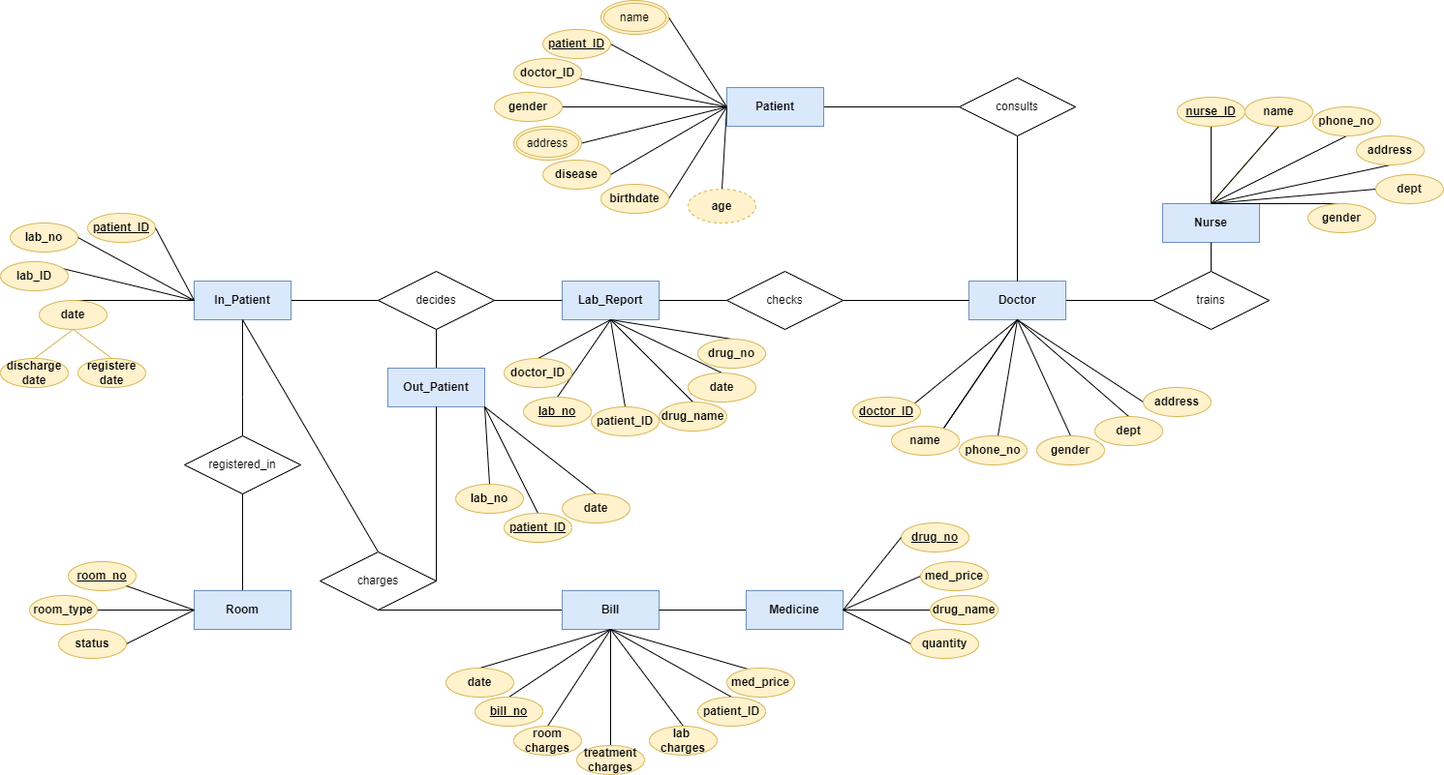
Above: hospital ERD using draw.io.drawio.png in hala034/database-project (draw.io), before the change. Source tidied: cells renumbered, new cells last; positions are measured from the earlier drawing's top-left corner, leaving out a move shared by most shapes.
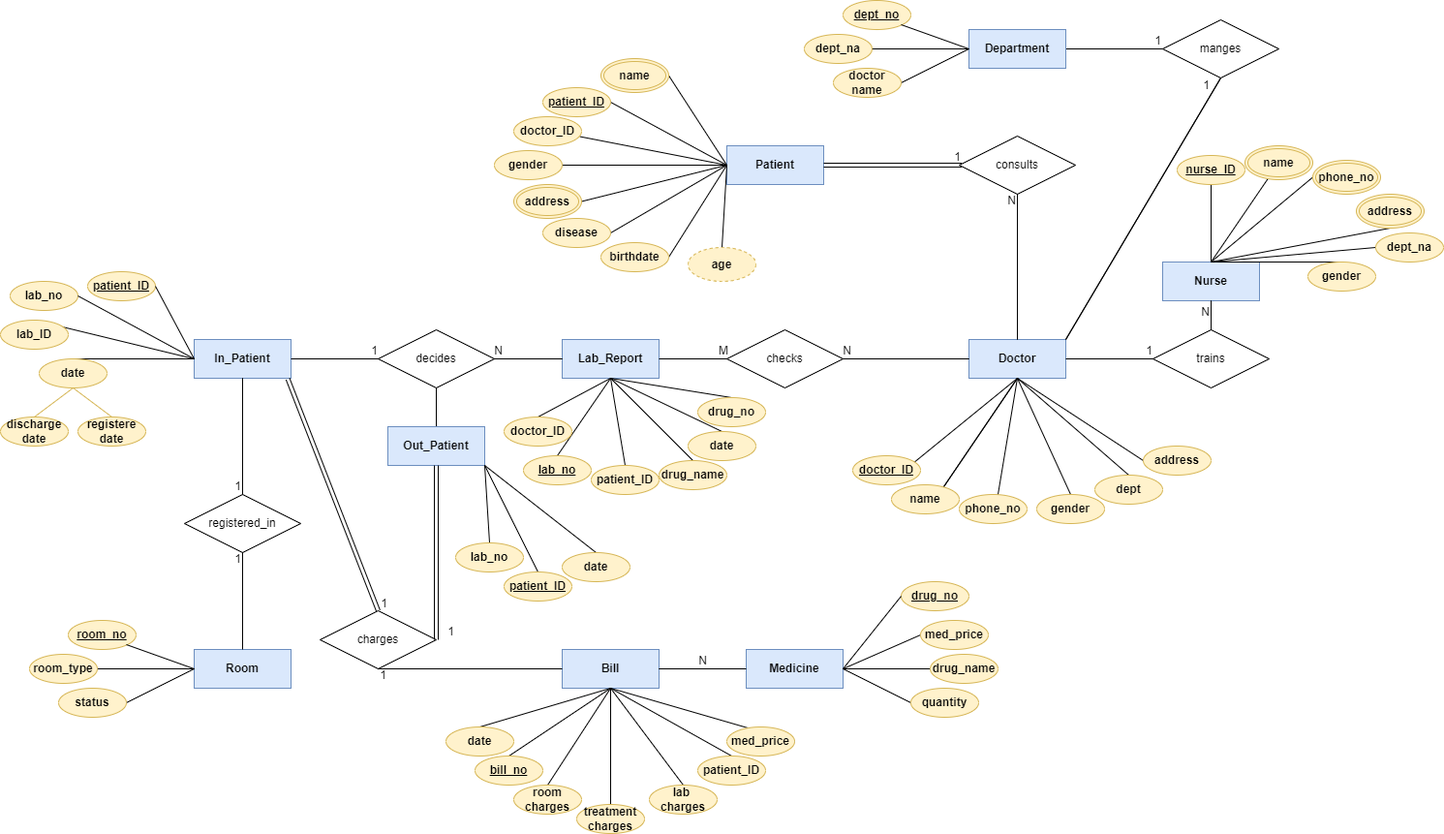
Later version of the same file.

Change to the diagram source:
```diff
@@ -23,9 +23,6 @@
     <mxCell id="8" value="consults" style="shape=rhombus;perimeter=rhombusPerimeter;whiteSpace=wrap;html=1;align=center;" parent="1" vertex="1">
       <mxGeometry x="990" y="80" width="120" height="60" as="geometry" />
     </mxCell>
-    <mxCell id="9" style="endArrow=none;html=1;rounded=0;entryX=0;entryY=0.5;entryDx=0;entryDy=0;exitX=1;exitY=0.5;exitDx=0;exitDy=0;" parent="1" edge="1" source="10" target="8">
-      <mxGeometry relative="1" as="geometry" />
-    </mxCell>
     <mxCell id="10" value="&lt;b&gt;Patient&lt;/b&gt;" style="whiteSpace=wrap;html=1;align=center;fillColor=#dae8fc;strokeColor=#6c8ebf;" parent="1" vertex="1">
       <mxGeometry x="750" y="90" width="100" height="40" as="geometry" />
     </mxCell>
@@ -69,9 +66,6 @@
     <mxCell id="22" value="&lt;b&gt;Room&lt;/b&gt;" style="whiteSpace=wrap;html=1;align=center;fillColor=#dae8fc;strokeColor=#6c8ebf;" parent="1" vertex="1">
       <mxGeometry x="200" y="610" width="100" height="40" as="geometry" />
     </mxCell>
-    <mxCell id="23" style="endArrow=none;html=1;rounded=0;exitX=0.5;exitY=1;exitDx=0;exitDy=0;entryX=0.5;entryY=0;entryDx=0;entryDy=0;" parent="1" edge="1" source="18" target="24">
-      <mxGeometry relative="1" as="geometry" />
-    </mxCell>
     <mxCell id="24" value="charges" style="shape=rhombus;perimeter=rhombusPerimeter;whiteSpace=wrap;html=1;align=center;" parent="1" vertex="1">
       <mxGeometry x="330" y="570" width="120" height="60" as="geometry" />
     </mxCell>
@@ -81,9 +75,6 @@
     <mxCell id="26" value="&lt;b&gt;Out_Patient&lt;/b&gt;" style="whiteSpace=wrap;html=1;align=center;fillColor=#dae8fc;strokeColor=#6c8ebf;" parent="1" vertex="1">
       <mxGeometry x="400" y="380" width="100" height="40" as="geometry" />
     </mxCell>
-    <mxCell id="27" style="endArrow=none;html=1;rounded=0;exitX=0.5;exitY=1;exitDx=0;exitDy=0;entryX=1;entryY=0.5;entryDx=0;entryDy=0;" parent="1" edge="1" source="26" target="24">
-      <mxGeometry relative="1" as="geometry" />
-    </mxCell>
     <mxCell id="28" style="endArrow=none;html=1;rounded=0;exitX=0.5;exitY=1;exitDx=0;exitDy=0;entryX=0;entryY=0.5;entryDx=0;entryDy=0;" parent="1" edge="1" source="24" target="29">
       <mxGeometry relative="1" as="geometry" />
     </mxCell>
@@ -102,25 +93,16 @@
     <mxCell id="33" style="endArrow=none;html=1;rounded=0;exitX=0.5;exitY=0;exitDx=0;exitDy=0;entryX=0;entryY=0.5;entryDx=0;entryDy=0;fillColor=#fff2cc;strokeColor=#000000;" parent="1" edge="1" source="2" target="40">
       <mxGeometry relative="1" as="geometry" />
     </mxCell>
-    <mxCell id="34" style="endArrow=none;html=1;rounded=0;exitX=0.5;exitY=0;exitDx=0;exitDy=0;entryX=0.5;entryY=1;entryDx=0;entryDy=0;fillColor=#fff2cc;strokeColor=#d6b656;" parent="1" edge="1" source="2" target="44">
-      <mxGeometry relative="1" as="geometry" />
-    </mxCell>
     <mxCell id="35" style="endArrow=none;html=1;rounded=0;exitX=0.5;exitY=0;exitDx=0;exitDy=0;entryX=0.5;entryY=0;entryDx=0;entryDy=0;fillColor=#fff2cc;strokeColor=#000000;" parent="1" edge="1" source="2" target="41">
       <mxGeometry relative="1" as="geometry" />
     </mxCell>
     <mxCell id="36" style="endArrow=none;html=1;rounded=0;exitX=0.5;exitY=0;exitDx=0;exitDy=0;entryX=0.5;entryY=1;entryDx=0;entryDy=0;fillColor=#fff2cc;strokeColor=#000000;" parent="1" edge="1" source="2" target="38">
       <mxGeometry relative="1" as="geometry" />
     </mxCell>
-    <mxCell id="37" style="endArrow=none;html=1;rounded=0;exitX=0.5;exitY=0;exitDx=0;exitDy=0;entryX=0.5;entryY=1;entryDx=0;entryDy=0;fillColor=#fff2cc;strokeColor=#000000;" parent="1" edge="1" source="2" target="39">
+    <mxCell id="37" style="endArrow=none;html=1;rounded=0;exitX=0.5;exitY=0;exitDx=0;exitDy=0;fillColor=#fff2cc;strokeColor=#000000;entryX=0;entryY=0.5;entryDx=0;entryDy=0;" parent="1" edge="1" source="2" target="39">
       <mxGeometry relative="1" as="geometry" />
     </mxCell>
-    <mxCell id="38" value="&lt;b&gt;address&lt;/b&gt;" style="ellipse;whiteSpace=wrap;html=1;align=center;fillColor=#fff2cc;strokeColor=#d6b656;" parent="1" vertex="1">
-      <mxGeometry x="1400" y="140" width="70" height="30" as="geometry" />
-    </mxCell>
-    <mxCell id="39" value="&lt;b&gt;phone_no&lt;/b&gt;" style="ellipse;whiteSpace=wrap;html=1;align=center;fillColor=#fff2cc;strokeColor=#d6b656;" parent="1" vertex="1">
-      <mxGeometry x="1355" y="110" width="70" height="30" as="geometry" />
-    </mxCell>
-    <mxCell id="40" value="&lt;b&gt;dept&lt;/b&gt;" style="ellipse;whiteSpace=wrap;html=1;align=center;fillColor=#fff2cc;strokeColor=#d6b656;" parent="1" vertex="1">
+    <mxCell id="40" value="&lt;b&gt;dept_na&lt;/b&gt;" style="ellipse;whiteSpace=wrap;html=1;align=center;fillColor=#fff2cc;strokeColor=#d6b656;" parent="1" vertex="1">
       <mxGeometry x="1420" y="180" width="70" height="30" as="geometry" />
     </mxCell>
     <mxCell id="41" value="&lt;b&gt;gender&lt;/b&gt;" style="ellipse;whiteSpace=wrap;html=1;align=center;fillColor=#fff2cc;strokeColor=#d6b656;" parent="1" vertex="1">
@@ -132,9 +114,6 @@
     <mxCell id="43" style="endArrow=none;html=1;rounded=0;exitX=0.5;exitY=0;exitDx=0;exitDy=0;entryX=0.5;entryY=1;entryDx=0;entryDy=0;fillColor=#fff2cc;strokeColor=#000000;" parent="1" edge="1" source="2" target="44">
       <mxGeometry relative="1" as="geometry" />
     </mxCell>
-    <mxCell id="44" value="&lt;b&gt;name&lt;/b&gt;" style="ellipse;whiteSpace=wrap;html=1;align=center;fillColor=#fff2cc;strokeColor=#d6b656;" parent="1" vertex="1">
-      <mxGeometry x="1285" y="100" width="70" height="30" as="geometry" />
-    </mxCell>
     <mxCell id="45" style="endArrow=none;html=1;rounded=0;entryX=0.5;entryY=1;entryDx=0;entryDy=0;" parent="1" edge="1" target="54">
       <mxGeometry relative="1" as="geometry">
         <mxPoint x="1050" y="330" as="sourcePoint" />
@@ -430,7 +409,7 @@
     <mxCell id="127" value="&lt;b&gt;quantity&lt;/b&gt;" style="ellipse;whiteSpace=wrap;html=1;align=center;fillColor=#fff2cc;strokeColor=#d6b656;" parent="1" vertex="1">
       <mxGeometry x="940" y="650" width="70" height="30" as="geometry" />
     </mxCell>
-    <mxCell id="128" value="address" style="ellipse;shape=doubleEllipse;margin=3;whiteSpace=wrap;html=1;align=center;fillColor=#fff2cc;strokeColor=#d6b656;" parent="1" vertex="1">
+    <mxCell id="128" value="&lt;b&gt;address&lt;/b&gt;" style="ellipse;shape=doubleEllipse;margin=3;whiteSpace=wrap;html=1;align=center;fillColor=#fff2cc;strokeColor=#d6b656;" parent="1" vertex="1">
       <mxGeometry x="530" y="130" width="70" height="35" as="geometry" />
     </mxCell>
     <mxCell id="129" style="endArrow=none;html=1;rounded=0;exitX=0;exitY=0.5;exitDx=0;exitDy=0;entryX=0.5;entryY=0;entryDx=0;entryDy=0;" parent="1" edge="1" source="10" target="130">
@@ -439,8 +418,171 @@
     <mxCell id="130" value="&lt;b&gt;age&lt;/b&gt;" style="ellipse;whiteSpace=wrap;html=1;align=center;dashed=1;fillColor=#fff2cc;strokeColor=#d6b656;" parent="1" vertex="1">
       <mxGeometry x="710" y="195" width="70" height="35" as="geometry" />
     </mxCell>
-    <mxCell id="131" value="name" style="ellipse;shape=doubleEllipse;margin=3;whiteSpace=wrap;html=1;align=center;fillColor=#fff2cc;strokeColor=#d6b656;" parent="1" vertex="1">
+    <mxCell id="131" value="&lt;b&gt;name&lt;/b&gt;" style="ellipse;shape=doubleEllipse;margin=3;whiteSpace=wrap;html=1;align=center;fillColor=#fff2cc;strokeColor=#d6b656;" parent="1" vertex="1">
       <mxGeometry x="620" width="70" height="35" as="geometry" />
     </mxCell>
+    <mxCell id="9" style="shape=link;html=1;rounded=0;exitX=1;exitY=0.5;exitDx=0;exitDy=0;entryX=0.021;entryY=0.499;entryDx=0;entryDy=0;entryPerimeter=0;" parent="1" edge="1" source="10" target="8">
+      <mxGeometry relative="1" as="geometry" />
+    </mxCell>
+    <mxCell id="132" value="1" style="html=1;whiteSpace=wrap;align=right;verticalAlign=bottom;" parent="9" vertex="1">
+      <mxGeometry x="1" relative="1" as="geometry" />
+    </mxCell>
+    <mxCell id="133" style="endArrow=none;html=1;rounded=0;exitX=0.5;exitY=0;exitDx=0;exitDy=0;entryX=0.5;entryY=1;entryDx=0;entryDy=0;" parent="1" edge="1" source="6" target="8">
+      <mxGeometry relative="1" as="geometry" />
+    </mxCell>
+    <mxCell id="134" value="N" style="html=1;whiteSpace=wrap;align=right;verticalAlign=bottom;" parent="133" vertex="1">
+      <mxGeometry x="1" relative="1" as="geometry">
+        <mxPoint y="15" as="offset" />
+      </mxGeometry>
+    </mxCell>
+    <mxCell id="135" style="endArrow=none;html=1;rounded=0;exitX=1;exitY=0.5;exitDx=0;exitDy=0;entryX=0;entryY=0.5;entryDx=0;entryDy=0;" parent="1" edge="1" source="6" target="4">
+      <mxGeometry relative="1" as="geometry" />
+    </mxCell>
+    <mxCell id="136" value="1" style="html=1;whiteSpace=wrap;align=right;verticalAlign=bottom;" parent="135" vertex="1">
+      <mxGeometry x="1" relative="1" as="geometry" />
+    </mxCell>
+    <mxCell id="137" style="endArrow=none;html=1;rounded=0;exitX=0.5;exitY=0;exitDx=0;exitDy=0;entryX=0.5;entryY=1;entryDx=0;entryDy=0;" parent="1" edge="1" source="4" target="2">
+      <mxGeometry relative="1" as="geometry" />
+    </mxCell>
+    <mxCell id="138" value="N" style="html=1;whiteSpace=wrap;align=right;verticalAlign=bottom;" parent="137" vertex="1">
+      <mxGeometry x="1" relative="1" as="geometry">
+        <mxPoint y="20" as="offset" />
+      </mxGeometry>
+    </mxCell>
+    <mxCell id="139" style="endArrow=none;html=1;rounded=0;entryX=1;entryY=0.5;entryDx=0;entryDy=0;exitX=0;exitY=0.5;exitDx=0;exitDy=0;" parent="1" edge="1" source="6" target="12">
+      <mxGeometry relative="1" as="geometry" />
+    </mxCell>
+    <mxCell id="140" value="N" style="html=1;whiteSpace=wrap;align=right;verticalAlign=bottom;" parent="139" vertex="1">
+      <mxGeometry x="1" relative="1" as="geometry">
+        <mxPoint x="10" as="offset" />
+      </mxGeometry>
+    </mxCell>
+    <mxCell id="141" style="endArrow=none;html=1;rounded=0;exitX=0;exitY=0.5;exitDx=0;exitDy=0;entryX=1;entryY=0.5;entryDx=0;entryDy=0;" parent="1" edge="1" source="12" target="14">
+      <mxGeometry relative="1" as="geometry" />
+    </mxCell>
+    <mxCell id="142" value="M" style="html=1;whiteSpace=wrap;align=left;verticalAlign=bottom;" parent="141" vertex="1">
+      <mxGeometry x="-1" relative="1" as="geometry">
+        <mxPoint x="-10" as="offset" />
+      </mxGeometry>
+    </mxCell>
+    <mxCell id="143" style="endArrow=none;html=1;rounded=0;exitX=0;exitY=0.5;exitDx=0;exitDy=0;entryX=1;entryY=0.5;entryDx=0;entryDy=0;" parent="1" edge="1" source="14" target="16">
+      <mxGeometry relative="1" as="geometry" />
+    </mxCell>
+    <mxCell id="144" value="N" style="html=1;whiteSpace=wrap;align=right;verticalAlign=bottom;" parent="143" vertex="1">
+      <mxGeometry x="1" relative="1" as="geometry">
+        <mxPoint x="10" as="offset" />
+      </mxGeometry>
+    </mxCell>
+    <mxCell id="145" style="endArrow=none;html=1;rounded=0;entryX=0;entryY=0.5;entryDx=0;entryDy=0;exitX=1;exitY=0.5;exitDx=0;exitDy=0;" parent="1" edge="1" source="18" target="16">
+      <mxGeometry relative="1" as="geometry" />
+    </mxCell>
+    <mxCell id="146" value="1" style="html=1;whiteSpace=wrap;align=right;verticalAlign=bottom;" parent="145" vertex="1">
+      <mxGeometry x="1" relative="1" as="geometry" />
+    </mxCell>
+    <mxCell id="23" style="shape=link;html=1;rounded=0;entryX=0.5;entryY=0;entryDx=0;entryDy=0;exitX=0.967;exitY=1.019;exitDx=0;exitDy=0;exitPerimeter=0;" parent="1" edge="1" source="18" target="24">
+      <mxGeometry relative="1" as="geometry" />
+    </mxCell>
+    <mxCell id="147" value="1" style="html=1;whiteSpace=wrap;align=right;verticalAlign=bottom;" parent="23" vertex="1">
+      <mxGeometry x="1" relative="1" as="geometry">
+        <mxPoint x="10" as="offset" />
+      </mxGeometry>
+    </mxCell>
+    <mxCell id="27" style="shape=link;html=1;rounded=0;exitX=0.5;exitY=1;exitDx=0;exitDy=0;entryX=1;entryY=0.5;entryDx=0;entryDy=0;" parent="1" edge="1" source="26" target="24">
+      <mxGeometry relative="1" as="geometry" />
+    </mxCell>
+    <mxCell id="148" value="1" style="html=1;whiteSpace=wrap;align=right;verticalAlign=bottom;" parent="27" vertex="1">
+      <mxGeometry x="1" relative="1" as="geometry">
+        <mxPoint x="20" as="offset" />
+      </mxGeometry>
+    </mxCell>
+    <mxCell id="149" style="endArrow=none;html=1;rounded=0;exitX=0;exitY=0.5;exitDx=0;exitDy=0;entryX=0.5;entryY=1;entryDx=0;entryDy=0;" parent="1" edge="1" source="29" target="24">
+      <mxGeometry relative="1" as="geometry" />
+    </mxCell>
+    <mxCell id="150" value="1" style="html=1;whiteSpace=wrap;align=right;verticalAlign=bottom;" parent="149" vertex="1">
+      <mxGeometry x="1" relative="1" as="geometry">
+        <mxPoint x="10" y="15" as="offset" />
+      </mxGeometry>
+    </mxCell>
+    <mxCell id="151" style="endArrow=none;html=1;rounded=0;entryX=0.5;entryY=1;entryDx=0;entryDy=0;exitX=0.5;exitY=0;exitDx=0;exitDy=0;" parent="1" edge="1" source="22" target="20">
+      <mxGeometry relative="1" as="geometry" />
+    </mxCell>
+    <mxCell id="152" value="1" style="html=1;whiteSpace=wrap;align=right;verticalAlign=bottom;" parent="151" vertex="1">
+      <mxGeometry x="1" relative="1" as="geometry">
+        <mxPoint y="15" as="offset" />
+      </mxGeometry>
+    </mxCell>
+    <mxCell id="153" style="endArrow=none;html=1;rounded=0;exitX=0.5;exitY=1;exitDx=0;exitDy=0;entryX=0.5;entryY=0;entryDx=0;entryDy=0;" parent="1" edge="1" source="18" target="20">
+      <mxGeometry relative="1" as="geometry" />
+    </mxCell>
+    <mxCell id="154" value="1" style="html=1;whiteSpace=wrap;align=right;verticalAlign=bottom;" parent="153" vertex="1">
+      <mxGeometry x="1" relative="1" as="geometry" />
+    </mxCell>
+    <mxCell id="155" style="endArrow=none;html=1;rounded=0;exitX=1;exitY=0.5;exitDx=0;exitDy=0;entryX=0;entryY=0.5;entryDx=0;entryDy=0;" parent="1" edge="1" source="29" target="31">
+      <mxGeometry relative="1" as="geometry" />
+    </mxCell>
+    <mxCell id="156" value="N" style="html=1;whiteSpace=wrap;align=right;verticalAlign=bottom;" parent="155" vertex="1">
+      <mxGeometry x="1" relative="1" as="geometry">
+        <mxPoint x="-40" as="offset" />
+      </mxGeometry>
+    </mxCell>
+    <mxCell id="44" value="&lt;b&gt;name&lt;/b&gt;" style="ellipse;shape=doubleEllipse;margin=3;whiteSpace=wrap;html=1;align=center;fillColor=#fff2cc;strokeColor=#d6b656;" parent="1" vertex="1">
+      <mxGeometry x="1285" y="90" width="70" height="35" as="geometry" />
+    </mxCell>
+    <mxCell id="39" value="&lt;b&gt;phone_no&lt;/b&gt;" style="ellipse;shape=doubleEllipse;margin=3;whiteSpace=wrap;html=1;align=center;fillColor=#fff2cc;strokeColor=#d6b656;" parent="1" vertex="1">
+      <mxGeometry x="1355" y="105" width="70" height="35" as="geometry" />
+    </mxCell>
+    <mxCell id="38" value="&lt;b&gt;address&lt;/b&gt;" style="ellipse;shape=doubleEllipse;margin=3;whiteSpace=wrap;html=1;align=center;fillColor=#fff2cc;strokeColor=#d6b656;" parent="1" vertex="1">
+      <mxGeometry x="1400" y="140" width="70" height="35" as="geometry" />
+    </mxCell>
+    <mxCell id="157" style="endArrow=none;html=1;rounded=0;exitX=1;exitY=0;exitDx=0;exitDy=0;entryX=0.5;entryY=1;entryDx=0;entryDy=0;" parent="1" edge="1" source="6" target="159">
+      <mxGeometry relative="1" as="geometry" />
+    </mxCell>
+    <mxCell id="158" value="1" style="html=1;whiteSpace=wrap;align=right;verticalAlign=bottom;" parent="157" vertex="1">
+      <mxGeometry x="1" relative="1" as="geometry" />
+    </mxCell>
+    <mxCell id="159" value="manges" style="shape=rhombus;perimeter=rhombusPerimeter;whiteSpace=wrap;html=1;align=center;" parent="1" vertex="1">
+      <mxGeometry x="1200" y="-40" width="120" height="60" as="geometry" />
+    </mxCell>
+    <mxCell id="160" style="endArrow=none;html=1;rounded=0;exitX=1;exitY=0;exitDx=0;exitDy=0;entryX=0.5;entryY=1;entryDx=0;entryDy=0;" parent="1" edge="1" source="6" target="159">
+      <mxGeometry relative="1" as="geometry" />
+    </mxCell>
+    <mxCell id="161" value="1" style="html=1;whiteSpace=wrap;align=right;verticalAlign=bottom;" parent="160" vertex="1">
+      <mxGeometry x="1" relative="1" as="geometry">
+        <mxPoint x="-10" y="15" as="offset" />
+      </mxGeometry>
+    </mxCell>
+    <mxCell id="162" style="endArrow=none;html=1;rounded=0;exitX=0;exitY=0.5;exitDx=0;exitDy=0;entryX=1;entryY=0.5;entryDx=0;entryDy=0;" parent="1" edge="1" source="159" target="164">
+      <mxGeometry relative="1" as="geometry" />
+    </mxCell>
+    <mxCell id="163" value="1" style="html=1;whiteSpace=wrap;align=right;verticalAlign=bottom;" parent="162" vertex="1">
+      <mxGeometry x="1" relative="1" as="geometry">
+        <mxPoint x="100" as="offset" />
+      </mxGeometry>
+    </mxCell>
+    <mxCell id="164" value="&lt;b style=&quot;border-color: var(--border-color);&quot;&gt;Department&lt;/b&gt;" style="whiteSpace=wrap;html=1;align=center;fillColor=#dae8fc;strokeColor=#6c8ebf;" parent="1" vertex="1">
+      <mxGeometry x="1000" y="-30" width="100" height="40" as="geometry" />
+    </mxCell>
+    <mxCell id="165" value="&lt;b&gt;dept_no&lt;/b&gt;" style="ellipse;whiteSpace=wrap;html=1;align=center;fontStyle=4;fillColor=#fff2cc;strokeColor=#d6b656;" parent="1" vertex="1">
+      <mxGeometry x="870" y="-60" width="70" height="30" as="geometry" />
+    </mxCell>
+    <mxCell id="166" style="endArrow=none;html=1;rounded=0;entryX=1;entryY=0.5;entryDx=0;entryDy=0;" parent="1" edge="1" target="169">
+      <mxGeometry relative="1" as="geometry">
+        <mxPoint x="1000" y="-10" as="sourcePoint" />
+      </mxGeometry>
+    </mxCell>
+    <mxCell id="167" style="endArrow=none;html=1;rounded=0;entryX=1;entryY=0.5;entryDx=0;entryDy=0;exitX=0;exitY=0.5;exitDx=0;exitDy=0;" parent="1" edge="1" source="164" target="168">
+      <mxGeometry relative="1" as="geometry" />
+    </mxCell>
+    <mxCell id="168" value="&lt;b&gt;dept_na&lt;/b&gt;" style="ellipse;whiteSpace=wrap;html=1;align=center;fillColor=#fff2cc;strokeColor=#d6b656;" parent="1" vertex="1">
+      <mxGeometry x="830" y="-25" width="70" height="30" as="geometry" />
+    </mxCell>
+    <mxCell id="169" value="&lt;b&gt;doctor&lt;br&gt;name&lt;/b&gt;" style="ellipse;whiteSpace=wrap;html=1;align=center;fillColor=#fff2cc;strokeColor=#d6b656;" parent="1" vertex="1">
+      <mxGeometry x="860" y="10" width="70" height="30" as="geometry" />
+    </mxCell>
+    <mxCell id="170" style="endArrow=none;html=1;rounded=0;exitX=0;exitY=0.5;exitDx=0;exitDy=0;" parent="1" edge="1" source="164">
+      <mxGeometry relative="1" as="geometry">
+        <mxPoint x="930" y="-35" as="targetPoint" />
+      </mxGeometry>
+    </mxCell>
   </root>
 </mxGraphModel>
```
